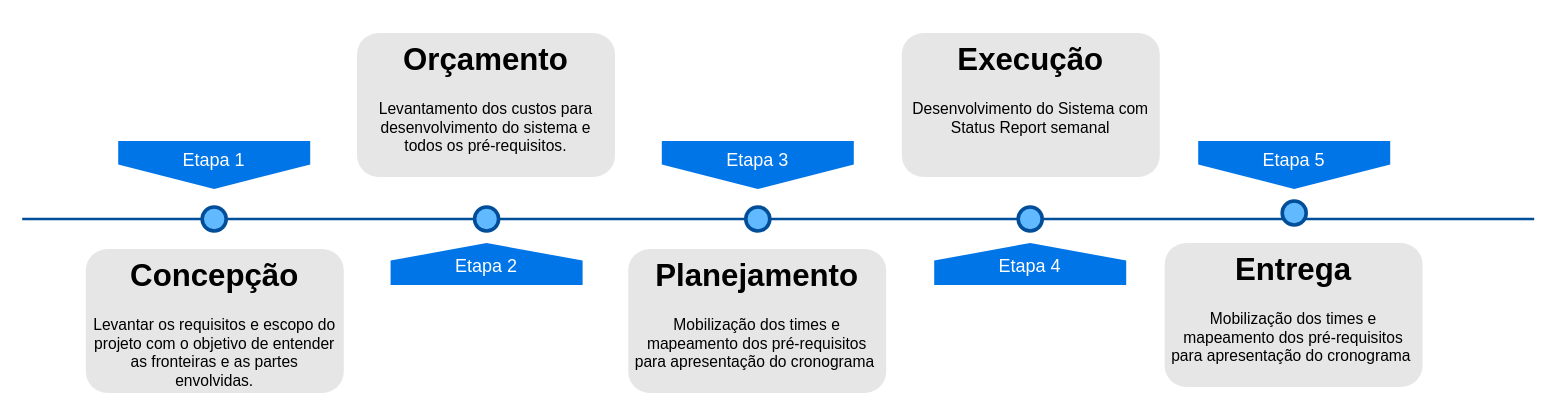
anlugifa/drawio keeps this draw.io diagram as Untitled Diagram.drawio. Above is the earlier version. Source tidied: cells renumbered, new cells numbered last; positions are measured from the earlier drawing's top-left corner, leaving out a move shared by most shapes. Both pictures are drawn from the tidied source at 120%, with x=0, y=0 at pixel (22, 32).
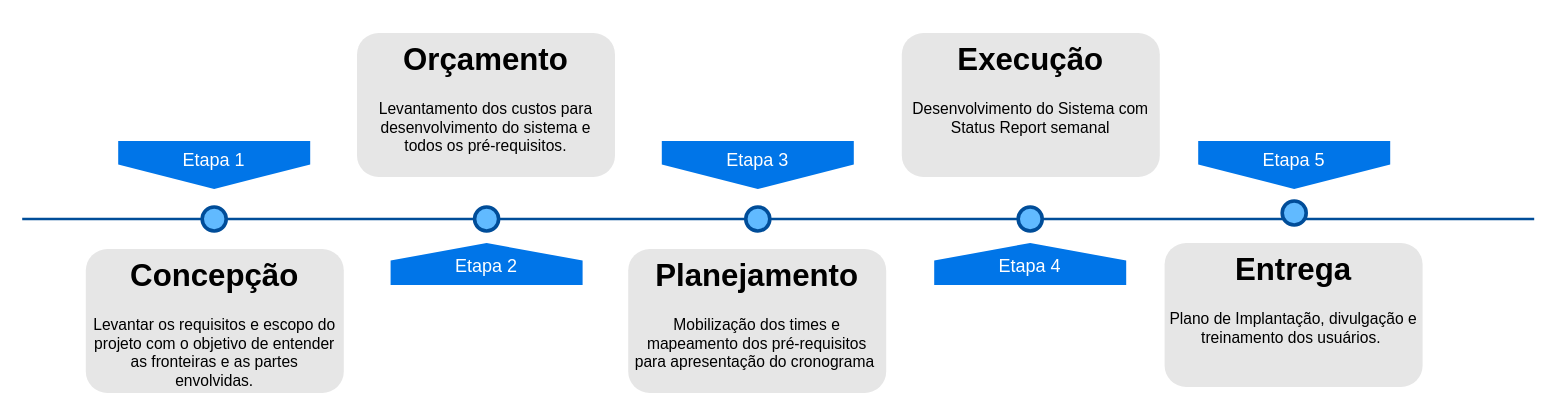
After the change.

The edit, as a diff of the source:
```diff
@@
 <mxGraphModel background="#ffffff">
   <root>
     <mxCell id="0" />
     <mxCell id="1" parent="0" />
     <mxCell id="2" style="line;strokeWidth=2;html=1;fillColor=none;fontSize=28;fontColor=#004D99;strokeColor=#004D99;" parent="1" vertex="1">
       <mxGeometry y="150" width="1260" height="10" as="geometry" />
     </mxCell>
     <mxCell id="3" value="Etapa 1" style="shape=offPageConnector;whiteSpace=wrap;html=1;fillColor=#0075E8;fontSize=15;fontColor=#FFFFFF;size=0.5093750000000015;verticalAlign=top;strokeColor=none;" parent="1" vertex="1">
       <mxGeometry x="80" y="90" width="160" height="40" as="geometry" />
     </mxCell>
     <mxCell id="4" value="&lt;span&gt;Etapa 3&lt;/span&gt;" style="shape=offPageConnector;whiteSpace=wrap;html=1;fillColor=#0075E8;fontSize=15;fontColor=#FFFFFF;size=0.5093750000000015;verticalAlign=top;strokeColor=none;" parent="1" vertex="1">
       <mxGeometry x="533" y="90" width="160" height="40" as="geometry" />
     </mxCell>
     <mxCell id="5" value="&lt;span&gt;Etapa 2&lt;/span&gt;" style="shape=offPageConnector;whiteSpace=wrap;html=1;fillColor=#0075E8;fontSize=15;fontColor=#FFFFFF;size=0.4178571428571445;flipV=1;verticalAlign=bottom;strokeColor=none;spacingBottom=4;" parent="1" vertex="1">
       <mxGeometry x="307" y="175" width="160" height="35" as="geometry" />
     </mxCell>
     <mxCell id="6" value="Etapa 4" style="shape=offPageConnector;whiteSpace=wrap;html=1;fillColor=#0075E8;fontSize=15;fontColor=#FFFFFF;size=0.4178571428571445;flipV=1;verticalAlign=bottom;strokeColor=none;spacingBottom=4;" parent="1" vertex="1">
       <mxGeometry x="760" y="175" width="160" height="35" as="geometry" />
     </mxCell>
     <mxCell id="7" style="ellipse;whiteSpace=wrap;html=1;fillColor=#61BAFF;fontSize=28;fontColor=#004D99;strokeWidth=3;strokeColor=#004D99;" parent="1" vertex="1">
       <mxGeometry x="150" y="145" width="20" height="20" as="geometry" />
     </mxCell>
     <mxCell id="8" style="ellipse;whiteSpace=wrap;html=1;fillColor=#61BAFF;fontSize=28;fontColor=#004D99;strokeWidth=3;strokeColor=#004D99;" parent="1" vertex="1">
       <mxGeometry x="377" y="145" width="20" height="20" as="geometry" />
     </mxCell>
     <mxCell id="9" style="ellipse;whiteSpace=wrap;html=1;fillColor=#61BAFF;fontSize=28;fontColor=#004D99;strokeWidth=3;strokeColor=#004D99;" parent="1" vertex="1">
       <mxGeometry x="603" y="145" width="20" height="20" as="geometry" />
     </mxCell>
     <mxCell id="10" style="ellipse;whiteSpace=wrap;html=1;fillColor=#61BAFF;fontSize=28;fontColor=#004D99;strokeWidth=3;strokeColor=#004D99;" parent="1" vertex="1">
       <mxGeometry x="830" y="145" width="20" height="20" as="geometry" />
     </mxCell>
     <mxCell id="11" value="&lt;h1&gt;Concepção&lt;/h1&gt;&lt;p&gt;Levantar os requisitos e escopo do projeto com o objetivo de entender as fronteiras e as partes envolvidas.&lt;/p&gt;" style="text;html=1;spacing=5;spacingTop=-20;whiteSpace=wrap;overflow=hidden;strokeColor=none;strokeWidth=3;fillColor=#E6E6E6;fontSize=13;fontColor=#000000;align=center;rounded=1;" parent="1" vertex="1">
       <mxGeometry x="53" y="180" width="215" height="120" as="geometry" />
     </mxCell>
     <mxCell id="12" value="&lt;h1&gt;Orçamento&lt;/h1&gt;&lt;p&gt;Levantamento dos custos para desenvolvimento do sistema e todos os pré-requisitos.&lt;/p&gt;" style="text;html=1;spacing=5;spacingTop=-20;whiteSpace=wrap;overflow=hidden;strokeColor=none;strokeWidth=3;fillColor=#E6E6E6;fontSize=13;fontColor=#000000;align=center;rounded=1;" parent="1" vertex="1">
       <mxGeometry x="279" width="215" height="120" as="geometry" />
     </mxCell>
     <mxCell id="13" value="&lt;h1&gt;Planejamento&lt;/h1&gt;&lt;p&gt;Mobilização dos times e mapeamento dos pré-requisitos para apresentação do cronograma&amp;nbsp;&lt;/p&gt;" style="text;html=1;spacing=5;spacingTop=-20;whiteSpace=wrap;overflow=hidden;strokeColor=none;strokeWidth=3;fillColor=#E6E6E6;fontSize=13;fontColor=#000000;align=center;rounded=1;" parent="1" vertex="1">
       <mxGeometry x="505" y="180" width="215" height="120" as="geometry" />
     </mxCell>
     <mxCell id="14" value="&lt;h1&gt;Execução&lt;/h1&gt;&lt;p&gt;Desenvolvimento do Sistema com Status Report semanal&lt;/p&gt;" style="text;html=1;spacing=5;spacingTop=-20;whiteSpace=wrap;overflow=hidden;strokeColor=none;strokeWidth=3;fillColor=#E6E6E6;fontSize=13;fontColor=#000000;align=center;rounded=1;" parent="1" vertex="1">
       <mxGeometry x="733" width="215" height="120" as="geometry" />
     </mxCell>
     <mxCell id="15" style="ellipse;whiteSpace=wrap;html=1;fillColor=#61BAFF;fontSize=28;fontColor=#004D99;strokeWidth=3;strokeColor=#004D99;" parent="1" vertex="1">
       <mxGeometry x="1050" y="140" width="20" height="20" as="geometry" />
     </mxCell>
     <mxCell id="16" value="&lt;span&gt;Etapa 5&lt;/span&gt;" style="shape=offPageConnector;whiteSpace=wrap;html=1;fillColor=#0075E8;fontSize=15;fontColor=#FFFFFF;size=0.5093750000000015;verticalAlign=top;strokeColor=none;" parent="1" vertex="1">
       <mxGeometry x="980" y="90" width="160" height="40" as="geometry" />
     </mxCell>
-    <mxCell id="17" value="&lt;h1&gt;Entrega&lt;/h1&gt;&lt;p&gt;Mobilização dos times e mapeamento dos pré-requisitos para apresentação do cronograma&amp;nbsp;&lt;/p&gt;" style="text;html=1;spacing=5;spacingTop=-20;whiteSpace=wrap;overflow=hidden;strokeColor=none;strokeWidth=3;fillColor=#E6E6E6;fontSize=13;fontColor=#000000;align=center;rounded=1;" parent="1" vertex="1">
+    <mxCell id="17" value="&lt;h1&gt;Entrega&lt;/h1&gt;&lt;p&gt;Plano de Implantação, divulgação e treinamento dos usuários.&amp;nbsp;&lt;/p&gt;" style="text;html=1;spacing=5;spacingTop=-20;whiteSpace=wrap;overflow=hidden;strokeColor=none;strokeWidth=3;fillColor=#E6E6E6;fontSize=13;fontColor=#000000;align=center;rounded=1;" parent="1" vertex="1">
       <mxGeometry x="952" y="175" width="215" height="120" as="geometry" />
     </mxCell>
   </root>
 </mxGraphModel>
```
